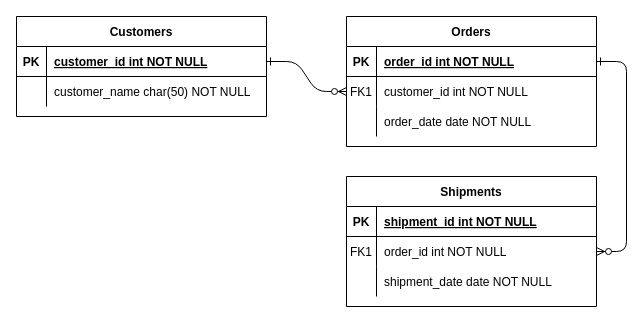
Above: Diagrama sin título.drawio in ydsanchezt/Laboratorio_BaseDatos (draw.io), before the change. Source tidied: cells renumbered, new cells numbered last; positions are measured from the earlier drawing's top-left corner, leaving out a move shared by most shapes. Both pictures are drawn from the tidied source at 100%, with x=0, y=0 at pixel (16, 16).
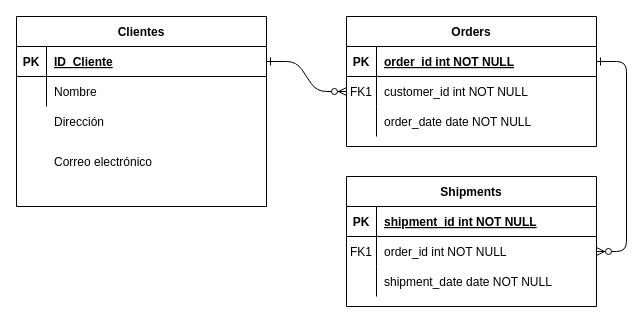
Above is the later version.

Commit message:
Actualizar Diagrama Laboratorio_BD.drawio

Unchanged cells that the change refers to:
```xml
<mxCell id="25" style="shape=partialRectangle;fillColor=none;points=[[0,0.5],[1,0.5]];portConstraint=eastwest;top=0;left=0;right=0;bottom=1;" parent="24" vertex="1">
  <mxGeometry y="30" width="250" height="30" as="geometry" />
</mxCell>
<mxCell id="28" style="shape=partialRectangle;fillColor=none;top=0;left=0;right=0;bottom=0;" parent="24" vertex="1">
  <mxGeometry y="60" width="250" height="30" as="geometry" />
</mxCell>
```

What changed in the source:
```diff
@@
-    <mxCell id="24" value="Customers" style="shape=table;startSize=30;childLayout=tableLayout;rowLines=0;fontStyle=1;align=center;" parent="1" vertex="1">
-      <mxGeometry width="250" height="100" as="geometry" />
+    <mxCell id="24" value="Clientes" style="shape=table;startSize=30;childLayout=tableLayout;rowLines=0;fontStyle=1;align=center;" parent="1" vertex="1">
+      <mxGeometry width="250" height="190" as="geometry" />
     </mxCell>
@@
-    <mxCell id="27" value="customer_id int NOT NULL " style="shape=partialRectangle;overflow=hidden;fillColor=none;top=0;left=0;bottom=0;right=0;align=left;spacingLeft=6;fontStyle=5;" parent="25" vertex="1">
+    <mxCell id="27" value="ID_Cliente" style="shape=partialRectangle;overflow=hidden;fillColor=none;top=0;left=0;bottom=0;right=0;align=left;spacingLeft=6;fontStyle=5;" parent="25" vertex="1">
       <mxGeometry x="30" width="220" height="30" as="geometry" />
     </mxCell>
@@
-    <mxCell id="30" value="customer_name char(50) NOT NULL" style="shape=partialRectangle;overflow=hidden;fillColor=none;top=0;left=0;bottom=0;right=0;align=left;spacingLeft=6;" parent="28" vertex="1">
+    <mxCell id="30" value="Nombre" style="shape=partialRectangle;overflow=hidden;fillColor=none;top=0;left=0;bottom=0;right=0;align=left;spacingLeft=6;" parent="28" vertex="1">
       <mxGeometry x="30" width="220" height="30" as="geometry" />
     </mxCell>
+    <mxCell id="31" style="shape=partialRectangle;fillColor=none;top=0;left=0;right=0;bottom=0;" parent="1" vertex="1">
+      <mxGeometry y="90" width="250" height="30" as="geometry" />
+    </mxCell>
+    <mxCell id="32" style="shape=partialRectangle;overflow=hidden;fillColor=none;top=0;left=0;bottom=0;right=0;" parent="31" vertex="1">
+      <mxGeometry width="30" height="30" as="geometry" />
+    </mxCell>
+    <mxCell id="33" value="Dirección" style="shape=partialRectangle;overflow=hidden;fillColor=none;top=0;left=0;bottom=0;right=0;align=left;spacingLeft=6;" parent="31" vertex="1">
+      <mxGeometry x="30" width="220" height="30" as="geometry" />
+    </mxCell>
+    <mxCell id="34" style="shape=partialRectangle;fillColor=none;top=0;left=0;right=0;bottom=0;" parent="1" vertex="1">
+      <mxGeometry x="10" y="100" width="250" height="30" as="geometry" />
+    </mxCell>
+    <mxCell id="35" style="shape=partialRectangle;overflow=hidden;fillColor=none;top=0;left=0;bottom=0;right=0;" parent="34" vertex="1">
+      <mxGeometry width="30" height="30" as="geometry" />
+    </mxCell>
+    <mxCell id="36" value="Correo electrónico" style="shape=partialRectangle;overflow=hidden;fillColor=none;top=0;left=0;bottom=0;right=0;align=left;spacingLeft=6;" parent="1" vertex="1">
+      <mxGeometry x="30" y="130" width="220" height="30" as="geometry" />
+    </mxCell>
```
